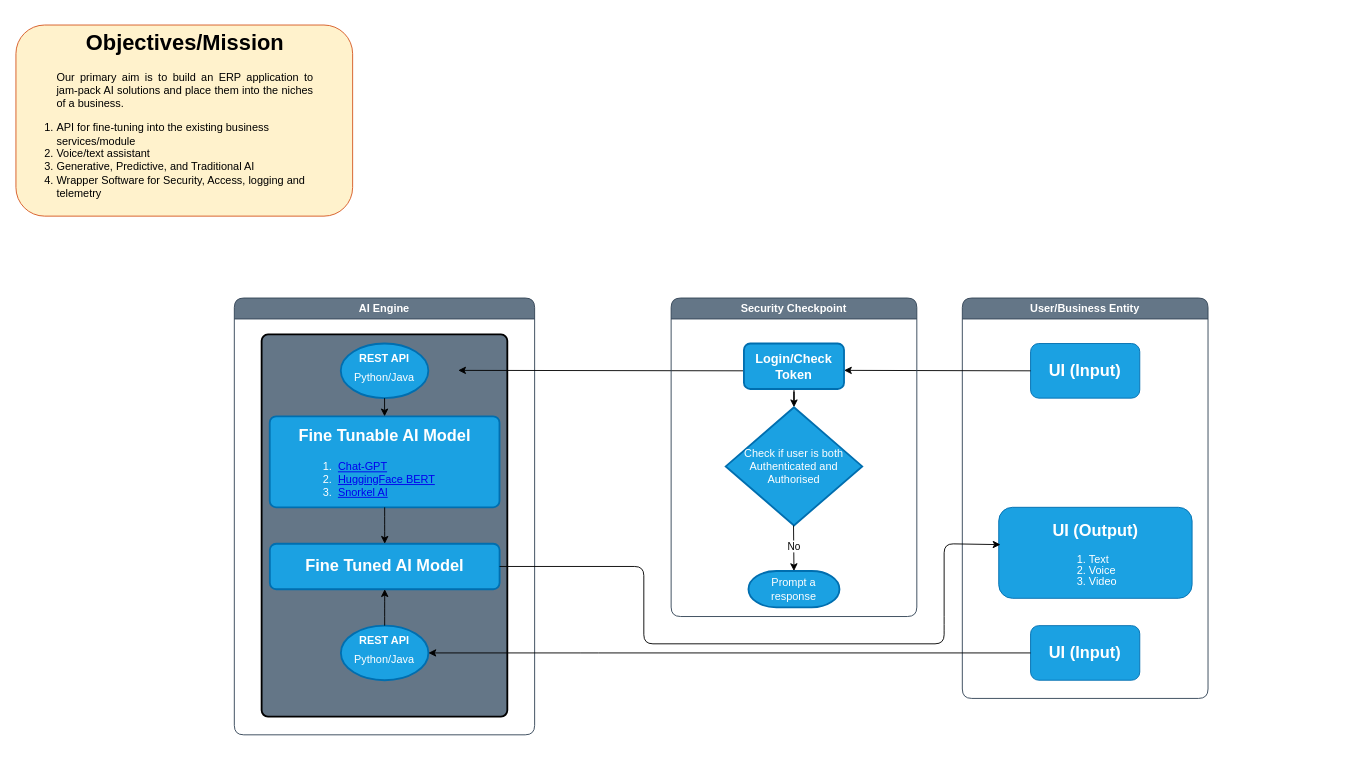
Earlier version of the draw.io diagram System-Design.drawio (Pramosh-Sursa/AI-POC). Source tidied: cells renumbered, new cells numbered last; positions are measured from the earlier drawing's top-left corner, leaving out a move shared by most shapes. Both pictures are drawn from the tidied source at 91%, with x=0, y=0 at pixel (15, 25).
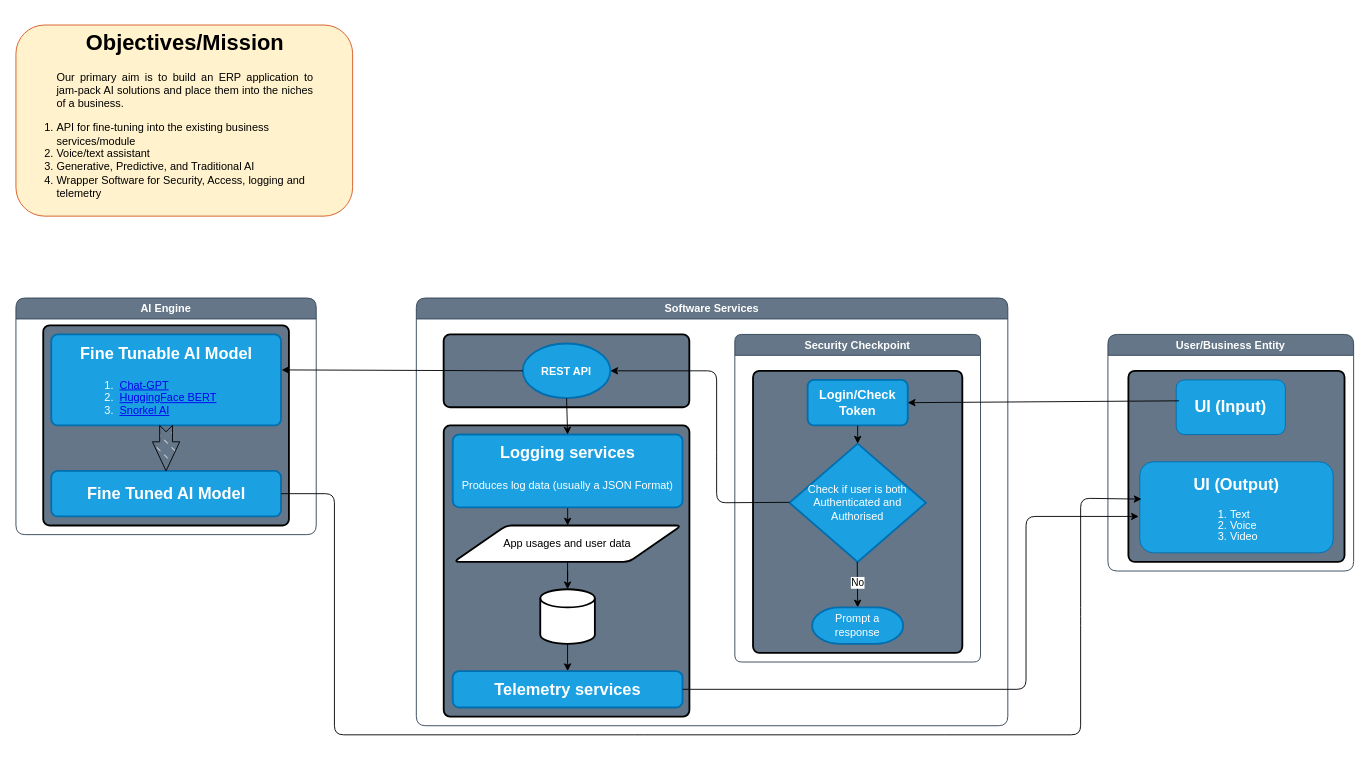
The same diagram, later.

Commit message:
Added Software layers like logging and telemetry. Enhanced the diagram

Unchanged cells that the change refers to:
```xml
<mxCell id="13" value="&lt;h2&gt;UI (Input)&lt;/h2&gt;" style="rounded=1;whiteSpace=wrap;html=1;fillColor=#1ba1e2;fontColor=#ffffff;strokeColor=#006EAF;" parent="12" vertex="1">
  <mxGeometry x="75" y="50" width="120" height="60" as="geometry" />
</mxCell>
<mxCell id="20" value="&lt;h3&gt;Login/Check Token&lt;/h3&gt;" style="rounded=1;whiteSpace=wrap;html=1;absoluteArcSize=1;arcSize=14;strokeWidth=2;fillColor=#1ba1e2;fontColor=#ffffff;strokeColor=#006EAF;" parent="18" vertex="1">
  <mxGeometry x="80" y="50" width="110" height="50" as="geometry" />
</mxCell>
```

What changed in the source:
```diff
@@
     <mxCell id="2" value="&lt;div&gt;AI Engine&lt;/div&gt;" style="swimlane;whiteSpace=wrap;html=1;rounded=1;fillColor=#647687;fontColor=#ffffff;strokeColor=#314354;glass=0;fillStyle=auto;gradientColor=none;" parent="1" vertex="1">
-      <mxGeometry x="240" y="300" width="330" height="480" as="geometry" />
+      <mxGeometry y="300" width="330" height="260" as="geometry" />
     </mxCell>
     <mxCell id="3" style="rounded=1;whiteSpace=wrap;html=1;absoluteArcSize=1;arcSize=14;strokeWidth=2;fillColor=#647687;" parent="2" vertex="1">
-      <mxGeometry x="30" y="40" width="270" height="420" as="geometry" />
+      <mxGeometry x="30" y="30" width="270" height="220" as="geometry" />
     </mxCell>
-    <mxCell id="4" value="&lt;h3 style=&quot;line-height: 0%;&quot;&gt;&lt;b&gt;&lt;font style=&quot;font-size: 12px;&quot;&gt;REST API&lt;/font&gt;&lt;/b&gt;&lt;/h3&gt;&lt;div&gt;Python/Java&lt;/div&gt;&lt;div&gt;&lt;br&gt;&lt;/div&gt;" style="strokeWidth=2;html=1;shape=mxgraph.flowchart.start_1;whiteSpace=wrap;rounded=1;fillColor=#1ba1e2;fontColor=#ffffff;strokeColor=#006EAF;" parent="2" vertex="1">
-      <mxGeometry x="117" y="50" width="96.2" height="60" as="geometry" />
-    </mxCell>
     <mxCell id="5" value="&lt;h2&gt;Fine Tunable AI Model&lt;/h2&gt;&lt;div align=&quot;left&quot;&gt;&lt;ol&gt;&lt;li&gt;&amp;nbsp;&lt;a href=&quot;https://platform.openai.com/docs/guides/fine-tuning&quot;&gt;Chat-GPT&lt;/a&gt;&lt;/li&gt;&lt;li&gt;&amp;nbsp;&lt;a href=&quot;https://huggingface.co/distilbert-base-uncased&quot;&gt;HuggingFace BERT&lt;/a&gt;&lt;/li&gt;&lt;li&gt;&amp;nbsp;&lt;a href=&quot;https://snorkel.ai/snorkel-flow/model-training/&quot;&gt;Snorkel AI&lt;/a&gt;&lt;br&gt;&lt;/li&gt;&lt;/ol&gt;&lt;/div&gt;" style="rounded=1;whiteSpace=wrap;html=1;absoluteArcSize=1;arcSize=14;strokeWidth=2;fillColor=#1ba1e2;fontColor=#ffffff;strokeColor=#006EAF;" parent="2" vertex="1">
-      <mxGeometry x="38.9" y="130" width="252.5" height="100" as="geometry" />
+      <mxGeometry x="38.8" y="40" width="252.5" height="100" as="geometry" />
     </mxCell>
-    <mxCell id="6" style="edgeStyle=orthogonalEdgeStyle;rounded=1;jettySize=auto;html=1;entryX=0.5;entryY=0;entryDx=0;entryDy=0;" parent="2" edge="1" source="4" target="5">
-      <mxGeometry relative="1" as="geometry" />
-    </mxCell>
     <mxCell id="7" value="&lt;h2&gt;Fine Tuned AI Model&lt;/h2&gt;" style="rounded=1;whiteSpace=wrap;html=1;absoluteArcSize=1;arcSize=14;strokeWidth=2;fillColor=#1ba1e2;fontColor=#ffffff;strokeColor=#006EAF;" parent="2" vertex="1">
-      <mxGeometry x="39" y="270" width="252.5" height="50" as="geometry" />
+      <mxGeometry x="38.8" y="190" width="252.5" height="50" as="geometry" />
     </mxCell>
-    <mxCell id="8" style="edgeStyle=orthogonalEdgeStyle;rounded=1;jettySize=auto;html=1;" parent="2" edge="1" source="5" target="7">
-      <mxGeometry relative="1" as="geometry" />
-    </mxCell>
-    <mxCell id="9" value="&lt;h3 style=&quot;line-height: 0%;&quot;&gt;&lt;b&gt;&lt;font style=&quot;font-size: 12px;&quot;&gt;REST API&lt;/font&gt;&lt;/b&gt;&lt;/h3&gt;&lt;div&gt;Python/Java&lt;/div&gt;&lt;div&gt;&lt;br&gt;&lt;/div&gt;" style="strokeWidth=2;html=1;shape=mxgraph.flowchart.start_1;whiteSpace=wrap;rounded=1;fillColor=#1ba1e2;fontColor=#ffffff;strokeColor=#006EAF;" parent="2" vertex="1">
-      <mxGeometry x="117.1" y="360" width="96.2" height="60" as="geometry" />
-    </mxCell>
-    <mxCell id="10" style="edgeStyle=orthogonalEdgeStyle;rounded=1;jettySize=auto;html=1;" parent="2" edge="1" source="9" target="7">
-      <mxGeometry relative="1" as="geometry" />
-    </mxCell>
+    <mxCell id="27" style="html=1;shadow=0;dashed=0;align=center;verticalAlign=middle;shape=mxgraph.arrows2.arrow;dy=0.53;dx=32;direction=south;notch=7;rounded=1;fillStyle=dashed;" parent="2" vertex="1">
+      <mxGeometry x="150" y="140" width="30" height="50" as="geometry" />
+    </mxCell>
@@
     <mxCell id="12" value="User/Business Entity" style="swimlane;whiteSpace=wrap;html=1;rounded=1;fillColor=#647687;fontColor=#ffffff;strokeColor=#314354;" parent="1" vertex="1">
-      <mxGeometry x="1040" y="300" width="270" height="440" as="geometry" />
+      <mxGeometry x="1200" y="340" width="270" height="260" as="geometry" />
     </mxCell>
+    <mxCell id="28" style="rounded=1;whiteSpace=wrap;html=1;absoluteArcSize=1;arcSize=14;strokeWidth=2;fillColor=#647687;" parent="12" vertex="1">
+      <mxGeometry x="22.5" y="40" width="237.5" height="210" as="geometry" />
+    </mxCell>
@@
     <mxCell id="14" value="&lt;p style=&quot;line-height: 120%;&quot;&gt;&lt;/p&gt;&lt;h2&gt;UI (Output)&lt;/h2&gt;&lt;div align=&quot;left&quot;&gt;&lt;ol style=&quot;line-height: 100%;&quot;&gt;&lt;li&gt;Text&lt;/li&gt;&lt;li&gt;Voice&lt;/li&gt;&lt;li&gt;Video&lt;/li&gt;&lt;/ol&gt;&lt;/div&gt;&lt;p&gt;&lt;/p&gt;" style="rounded=1;whiteSpace=wrap;html=1;fillColor=#1ba1e2;fontColor=#ffffff;strokeColor=#006EAF;" parent="12" vertex="1">
-      <mxGeometry x="40" y="230" width="212.5" height="100" as="geometry" />
+      <mxGeometry x="35" y="140" width="212.5" height="100" as="geometry" />
     </mxCell>
-    <mxCell id="15" value="&lt;h2&gt;UI (Input)&lt;/h2&gt;" style="rounded=1;whiteSpace=wrap;html=1;fillColor=#1ba1e2;fontColor=#ffffff;strokeColor=#006EAF;" parent="12" vertex="1">
-      <mxGeometry x="75" y="360" width="120" height="60" as="geometry" />
-    </mxCell>
-    <mxCell id="16" style="endArrow=classic;html=1;rounded=1;exitX=0;exitY=0.5;exitDx=0;exitDy=0;" parent="12" edge="1" source="13">
-      <mxGeometry relative="1" as="geometry">
-        <mxPoint x="-130" y="79.5" as="targetPoint" />
-      </mxGeometry>
-    </mxCell>
-    <mxCell id="17" style="endArrow=classic;html=1;rounded=1;exitX=0;exitY=0.5;exitDx=0;exitDy=0;exitPerimeter=0;" parent="1" edge="1">
-      <mxGeometry relative="1" as="geometry">
-        <mxPoint x="800" y="380" as="sourcePoint" />
-        <mxPoint x="486" y="379.5" as="targetPoint" />
-      </mxGeometry>
-    </mxCell>
+    <mxCell id="25" style="endArrow=classic;html=1;rounded=1;entryX=0.009;entryY=0.41;entryDx=0;entryDy=0;entryPerimeter=0;exitX=1;exitY=0.5;exitDx=0;exitDy=0;" parent="1" edge="1" source="7" target="14">
+      <mxGeometry relative="1" as="geometry">
+        <Array as="points">
+          <mxPoint x="350" y="515" />
+          <mxPoint x="350" y="780" />
+          <mxPoint x="690" y="780" />
+          <mxPoint x="1010" y="780" />
+          <mxPoint x="1170" y="780" />
+          <mxPoint x="1170" y="650" />
+          <mxPoint x="1170" y="520" />
+        </Array>
+      </mxGeometry>
+    </mxCell>
+    <mxCell id="29" value="Software Services" style="swimlane;whiteSpace=wrap;html=1;rounded=1;fillColor=#647687;fontColor=#ffffff;strokeColor=#314354;glass=0;fillStyle=auto;gradientColor=none;" parent="1" vertex="1">
+      <mxGeometry x="440" y="300" width="650" height="470" as="geometry" />
+    </mxCell>
+    <mxCell id="30" style="rounded=1;whiteSpace=wrap;html=1;absoluteArcSize=1;arcSize=14;strokeWidth=2;fillColor=#647687;" parent="29" vertex="1">
+      <mxGeometry x="30" y="40" width="270" height="80" as="geometry" />
+    </mxCell>
+    <mxCell id="31" value="&lt;h3 style=&quot;line-height: 0%;&quot;&gt;&lt;b&gt;&lt;font style=&quot;font-size: 12px;&quot;&gt;REST API&lt;/font&gt;&lt;/b&gt;&lt;/h3&gt;" style="strokeWidth=2;html=1;shape=mxgraph.flowchart.start_1;whiteSpace=wrap;rounded=1;fillColor=#1ba1e2;fontColor=#ffffff;strokeColor=#006EAF;" parent="29" vertex="1">
+      <mxGeometry x="117" y="50" width="96.2" height="60" as="geometry" />
+    </mxCell>
-    <mxCell id="18" value="Security Checkpoint" style="swimlane;whiteSpace=wrap;html=1;rounded=1;fillColor=#647687;fontColor=#ffffff;strokeColor=#314354;" parent="1" vertex="1">
-      <mxGeometry x="720" y="300" width="270" height="350" as="geometry" />
+    <mxCell id="18" value="Security Checkpoint" style="swimlane;whiteSpace=wrap;html=1;rounded=1;fillColor=#647687;fontColor=#ffffff;strokeColor=#314354;arcSize=11;" parent="29" vertex="1">
+      <mxGeometry x="350" y="40" width="270" height="360" as="geometry" />
     </mxCell>
@@
+    <mxCell id="32" style="rounded=1;whiteSpace=wrap;html=1;absoluteArcSize=1;arcSize=14;strokeWidth=2;fillColor=#647687;" parent="18" vertex="1">
+      <mxGeometry x="20" y="40" width="230" height="310" as="geometry" />
+    </mxCell>
@@
-    <mxCell id="25" style="endArrow=classic;html=1;rounded=1;entryX=0.009;entryY=0.41;entryDx=0;entryDy=0;entryPerimeter=0;exitX=1;exitY=0.5;exitDx=0;exitDy=0;" parent="1" edge="1" source="7" target="14">
-      <mxGeometry relative="1" as="geometry">
-        <Array as="points">
-          <mxPoint x="690" y="595" />
-          <mxPoint x="690" y="680" />
-          <mxPoint x="1020" y="680" />
-          <mxPoint x="1020" y="660" />
-          <mxPoint x="1020" y="570" />
-        </Array>
-      </mxGeometry>
-    </mxCell>
-    <mxCell id="26" style="edgeStyle=orthogonalEdgeStyle;rounded=1;jettySize=auto;html=1;exitX=0;exitY=0.5;exitDx=0;exitDy=0;" parent="1" edge="1" source="15" target="9">
-      <mxGeometry relative="1" as="geometry">
-        <Array as="points">
-          <mxPoint x="630" y="690" />
-          <mxPoint x="630" y="690" />
-        </Array>
-      </mxGeometry>
-    </mxCell>
+    <mxCell id="17" style="endArrow=classic;html=1;rounded=1;entryX=1;entryY=0.5;entryDx=0;entryDy=0;entryPerimeter=0;" parent="18" edge="1" target="31">
+      <mxGeometry relative="1" as="geometry">
+        <mxPoint x="60" y="184.5" as="sourcePoint" />
+        <Array as="points">
+          <mxPoint x="60" y="184.5" />
+          <mxPoint x="-20" y="185" />
+          <mxPoint x="-20" y="140" />
+          <mxPoint x="-20" y="40" />
+        </Array>
+      </mxGeometry>
+    </mxCell>
+    <mxCell id="33" style="endArrow=classic;html=1;rounded=1;entryX=0.5;entryY=0;entryDx=0;entryDy=0;entryPerimeter=0;exitX=0.5;exitY=1;exitDx=0;exitDy=0;" parent="18" edge="1" source="20">
+      <mxGeometry relative="1" as="geometry">
+        <mxPoint x="135" y="120" as="targetPoint" />
+      </mxGeometry>
+    </mxCell>
+    <mxCell id="34" style="rounded=1;whiteSpace=wrap;html=1;absoluteArcSize=1;arcSize=14;strokeWidth=2;fillColor=#647687;" parent="29" vertex="1">
+      <mxGeometry x="30.1" y="140" width="270" height="320" as="geometry" />
+    </mxCell>
+    <mxCell id="35" style="edgeStyle=orthogonalEdgeStyle;rounded=0;jettySize=auto;html=1;" parent="29" edge="1" source="36" target="42">
+      <mxGeometry relative="1" as="geometry" />
+    </mxCell>
+    <mxCell id="36" style="strokeWidth=2;html=1;shape=mxgraph.flowchart.database;whiteSpace=wrap;" parent="29" vertex="1">
+      <mxGeometry x="136.2" y="320" width="60" height="60" as="geometry" />
+    </mxCell>
+    <mxCell id="37" style="edgeStyle=orthogonalEdgeStyle;rounded=0;jettySize=auto;html=1;" parent="29" edge="1" source="38" target="36">
+      <mxGeometry relative="1" as="geometry" />
+    </mxCell>
+    <mxCell id="38" value="App usages and user data " style="shape=parallelogram;html=1;strokeWidth=2;perimeter=parallelogramPerimeter;whiteSpace=wrap;rounded=1;arcSize=12;size=0.23;" parent="29" vertex="1">
+      <mxGeometry x="41.2" y="250" width="250" height="40" as="geometry" />
+    </mxCell>
+    <mxCell id="39" style="edgeStyle=orthogonalEdgeStyle;rounded=0;jettySize=auto;html=1;" parent="29" edge="1" source="40" target="38">
+      <mxGeometry relative="1" as="geometry" />
+    </mxCell>
+    <mxCell id="40" value="&lt;p style=&quot;line-height: 120%;&quot;&gt;&lt;/p&gt;&lt;h2 style=&quot;line-height: 0%;&quot;&gt;Logging services&lt;br&gt;&lt;/h2&gt;&lt;div&gt;&lt;br&gt;&lt;/div&gt;&lt;div style=&quot;line-height: 120%;&quot;&gt;Produces log data (usually a JSON Format)&lt;/div&gt;&lt;p&gt;&lt;/p&gt;" style="rounded=1;whiteSpace=wrap;html=1;absoluteArcSize=1;arcSize=14;strokeWidth=2;fillColor=#1ba1e2;fontColor=#ffffff;strokeColor=#006EAF;" parent="29" vertex="1">
+      <mxGeometry x="40" y="150" width="252.5" height="80" as="geometry" />
+    </mxCell>
+    <mxCell id="41" style="endArrow=classic;html=1;rounded=0;exitX=0.5;exitY=1;exitDx=0;exitDy=0;exitPerimeter=0;entryX=0.5;entryY=0;entryDx=0;entryDy=0;" parent="29" edge="1" source="31" target="40">
+      <mxGeometry relative="1" as="geometry" />
+    </mxCell>
+    <mxCell id="42" value="&lt;p style=&quot;line-height: 120%;&quot;&gt;&lt;/p&gt;&lt;h2 style=&quot;line-height: 0%;&quot;&gt;Telemetry services&lt;br&gt;&lt;/h2&gt;&lt;p&gt;&lt;/p&gt;" style="rounded=1;whiteSpace=wrap;html=1;absoluteArcSize=1;arcSize=14;strokeWidth=2;fillColor=#1ba1e2;fontColor=#ffffff;strokeColor=#006EAF;" parent="29" vertex="1">
+      <mxGeometry x="40" y="410" width="252.5" height="40" as="geometry" />
+    </mxCell>
+    <mxCell id="43" style="endArrow=classic;html=1;rounded=1;entryX=-0.005;entryY=0.6;entryDx=0;entryDy=0;entryPerimeter=0;" parent="29" edge="1" target="14">
+      <mxGeometry relative="1" as="geometry">
+        <mxPoint x="292.5" y="430" as="sourcePoint" />
+        <Array as="points">
+          <mxPoint x="670" y="430" />
+          <mxPoint x="670" y="240" />
+        </Array>
+      </mxGeometry>
+    </mxCell>
+    <mxCell id="44" style="endArrow=classic;html=1;rounded=0;entryX=1.003;entryY=0.39;entryDx=0;entryDy=0;exitX=0;exitY=0.5;exitDx=0;exitDy=0;exitPerimeter=0;entryPerimeter=0;" parent="1" edge="1" source="31" target="5">
+      <mxGeometry relative="1" as="geometry" />
+    </mxCell>
+    <mxCell id="45" style="endArrow=classic;html=1;rounded=0;entryX=1;entryY=0.5;entryDx=0;entryDy=0;exitX=0.025;exitY=0.383;exitDx=0;exitDy=0;exitPerimeter=0;" parent="1" edge="1" source="13" target="20">
+      <mxGeometry relative="1" as="geometry" />
+    </mxCell>
```
